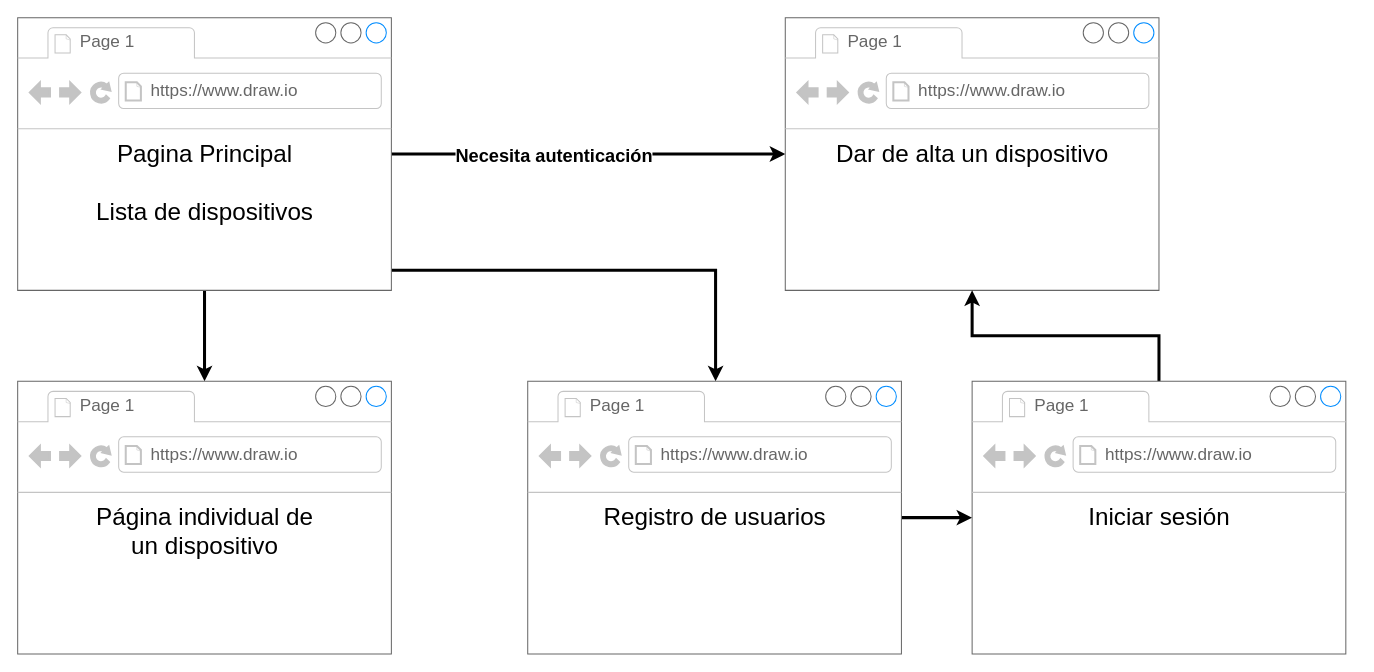
ionuttech/summer_js keeps this draw.io diagram as page "Applicacion v2" (9 of 9) of diagrams/Full stack Dev.drawio. Above is the earlier version. Source tidied: cells renumbered, new cells numbered last; positions are measured from the earlier drawing's top-left corner, leaving out a move shared by most shapes. Both pictures are drawn from the tidied source at 101%, with x=0, y=0 at pixel (17, 17).
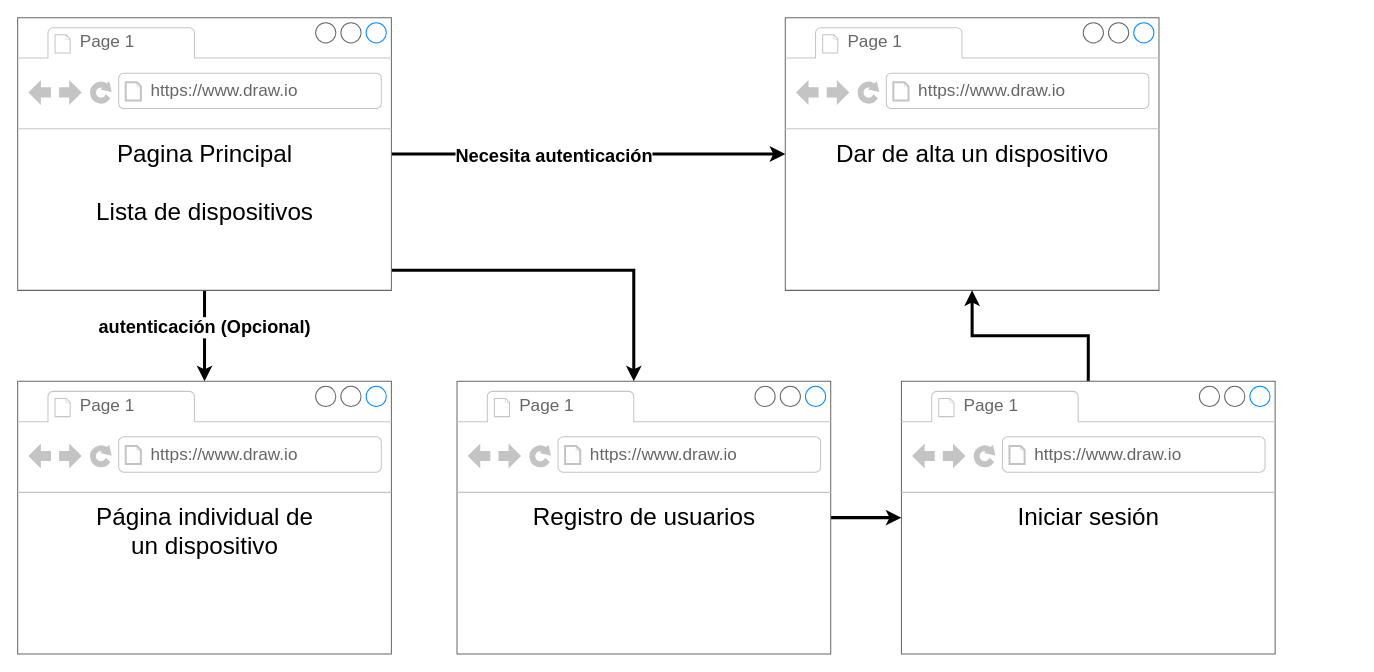
The same diagram, later.

The change refers to these unchanged cells:
```xml
<mxCell id="4" style="edgeStyle=orthogonalEdgeStyle;rounded=0;jettySize=auto;html=1;strokeWidth=3;fillColor=#ffffff;" parent="1" edge="1" source="6" target="12">
  <mxGeometry relative="1" as="geometry" />
</mxCell>
<mxCell id="6" value="&lt;font style=&quot;font-size: 24px&quot;&gt;&lt;br&gt;&lt;br&gt;Pagina Principal&lt;br&gt;&lt;br&gt;Lista de dispositivos&lt;br&gt;&lt;/font&gt;" style="strokeWidth=1;shadow=0;dashed=0;align=center;html=1;shape=mxgraph.mockup.containers.browserWindow;rSize=0;fillColor=#ffffff;strokeColor=#666666;strokeColor2=#008cff;strokeColor3=#c4c4c4;mainText=,;" parent="1" vertex="1">
  <mxGeometry width="370" height="270" as="geometry" />
</mxCell>
```

The edit, as a diff of the source:
```diff
@@
+    <mxCell id="23" value="&lt;font style=&quot;font-size: 18px&quot;&gt;&lt;b&gt;autenticación (Opcional)&lt;/b&gt;&lt;/font&gt;" style="text;html=1;align=center;verticalAlign=middle;labelBackgroundColor=#ffffff;" parent="4" vertex="1">
+      <mxGeometry x="-0.21" y="-1" relative="1" as="geometry" />
+    </mxCell>
     <mxCell id="5" style="edgeStyle=orthogonalEdgeStyle;rounded=0;jettySize=auto;html=1;strokeWidth=3;fillColor=#ffffff;" parent="1" edge="1" source="6" target="16">
       <mxGeometry relative="1" as="geometry">
         <Array as="points">
-          <mxPoint x="691" y="250" />
+          <mxPoint x="610" y="250" />
         </Array>
       </mxGeometry>
     </mxCell>
@@
     <mxCell id="16" value="&lt;font style=&quot;font-size: 24px&quot;&gt;Registro de usuarios&lt;br&gt;&lt;/font&gt;" style="strokeWidth=1;shadow=0;dashed=0;align=center;html=1;shape=mxgraph.mockup.containers.browserWindow;rSize=0;fillColor=#ffffff;strokeColor=#666666;strokeColor2=#008cff;strokeColor3=#c4c4c4;mainText=,;" parent="1" vertex="1">
-      <mxGeometry x="505" y="360" width="370" height="270" as="geometry" />
+      <mxGeometry x="435" y="360" width="370" height="270" as="geometry" />
     </mxCell>
@@
     <mxCell id="20" value="&lt;font style=&quot;font-size: 24px&quot;&gt;Iniciar sesión&lt;br&gt;&lt;/font&gt;" style="strokeWidth=1;shadow=0;dashed=0;align=center;html=1;shape=mxgraph.mockup.containers.browserWindow;rSize=0;fillColor=#ffffff;strokeColor=#666666;strokeColor2=#008cff;strokeColor3=#c4c4c4;mainText=,;" parent="1" vertex="1">
-      <mxGeometry x="945" y="360" width="370" height="270" as="geometry" />
+      <mxGeometry x="875" y="360" width="370" height="270" as="geometry" />
     </mxCell>
```
